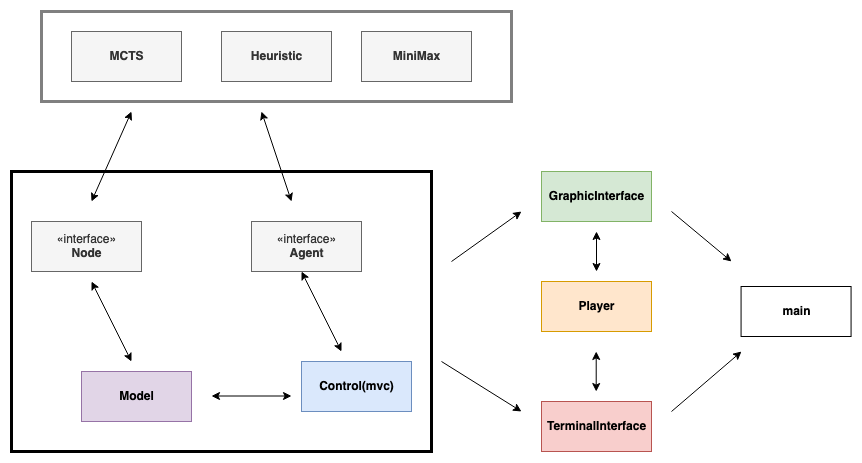
The draw.io diagram Documentation/graph.png in ipmach/TicTacToe_IA, before a commit. Source tidied: cells renumbered, new cells last; positions are measured from the earlier drawing's top-left corner, leaving out a move shared by most shapes.
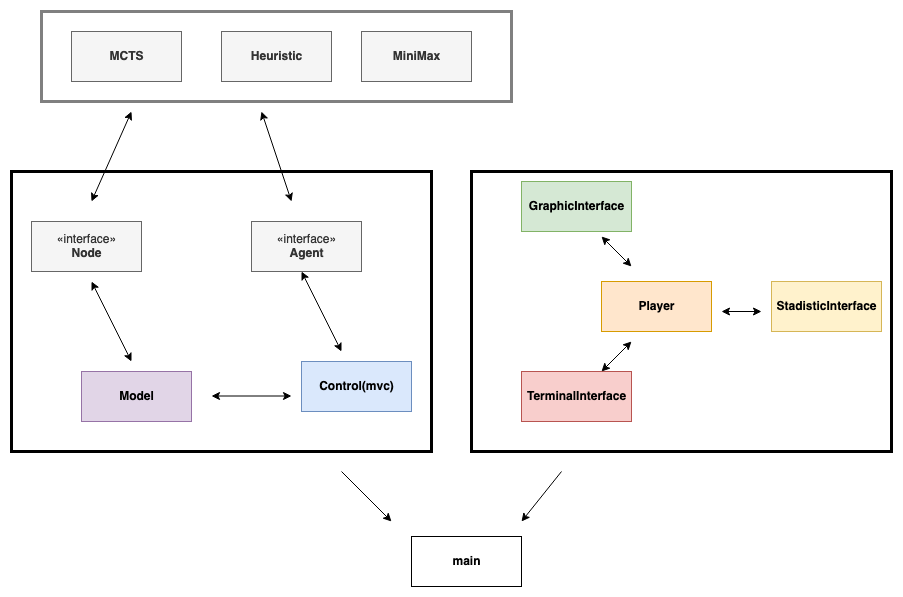
After the commit.

Change to the diagram source:
```diff
@@ -14,14 +14,8 @@
     <mxCell id="5" value="&lt;b&gt;Control(mvc)&lt;/b&gt;" style="html=1;fillColor=#dae8fc;strokeColor=#6c8ebf;" parent="1" vertex="1">
       <mxGeometry x="290" y="350" width="110" height="50" as="geometry" />
     </mxCell>
-    <mxCell id="6" value="&lt;b&gt;GraphicInterface&lt;/b&gt;" style="html=1;fillColor=#d5e8d4;strokeColor=#82b366;" parent="1" vertex="1">
-      <mxGeometry x="530" y="160" width="110" height="50" as="geometry" />
-    </mxCell>
-    <mxCell id="7" value="&lt;b&gt;TerminalInterface&lt;/b&gt;" style="html=1;fillColor=#f8cecc;strokeColor=#b85450;" parent="1" vertex="1">
-      <mxGeometry x="530" y="390" width="110" height="50" as="geometry" />
-    </mxCell>
     <mxCell id="8" value="&lt;div&gt;&lt;b&gt;main&lt;/b&gt;&lt;/div&gt;" style="html=1;" parent="1" vertex="1">
-      <mxGeometry x="729.6" y="275" width="110" height="50" as="geometry" />
+      <mxGeometry x="400" y="525" width="110" height="50" as="geometry" />
     </mxCell>
     <mxCell id="9" style="endArrow=classic;startArrow=classic;html=1;" parent="1" edge="1">
       <mxGeometry relative="1" as="geometry">
@@ -50,24 +44,6 @@
     <mxCell id="13" style="rounded=0;whiteSpace=wrap;html=1;fillColor=none;strokeWidth=3;" parent="1" vertex="1">
       <mxGeometry y="160" width="420" height="280" as="geometry" />
     </mxCell>
-    <mxCell id="14" style="endArrow=classic;html=1;" parent="1" edge="1">
-      <mxGeometry relative="1" as="geometry">
-        <mxPoint x="440" y="250" as="sourcePoint" />
-        <mxPoint x="510" y="200" as="targetPoint" />
-      </mxGeometry>
-    </mxCell>
-    <mxCell id="15" style="endArrow=classic;html=1;" parent="1" edge="1">
-      <mxGeometry relative="1" as="geometry">
-        <mxPoint x="430" y="350" as="sourcePoint" />
-        <mxPoint x="510" y="400" as="targetPoint" />
-      </mxGeometry>
-    </mxCell>
-    <mxCell id="16" style="endArrow=classic;html=1;" parent="1" edge="1">
-      <mxGeometry relative="1" as="geometry">
-        <mxPoint x="660" y="200" as="sourcePoint" />
-        <mxPoint x="720" y="250" as="targetPoint" />
-      </mxGeometry>
-    </mxCell>
     <mxCell id="17" value="&lt;b&gt;Heuristic&lt;/b&gt;" style="html=1;fillColor=#f5f5f5;strokeColor=#666666;fontColor=#333333;" parent="1" vertex="1">
       <mxGeometry x="210" y="20" width="110" height="50" as="geometry" />
     </mxCell>
@@ -80,32 +56,56 @@
         <mxPoint x="290" y="260" as="targetPoint" />
       </mxGeometry>
     </mxCell>
-    <mxCell id="20" style="endArrow=classic;html=1;" parent="1" edge="1">
-      <mxGeometry relative="1" as="geometry">
-        <mxPoint x="660" y="400" as="sourcePoint" />
-        <mxPoint x="730" y="340" as="targetPoint" />
-      </mxGeometry>
-    </mxCell>
-    <mxCell id="21" value="&lt;b&gt;Player&lt;/b&gt;" style="html=1;fillColor=#ffe6cc;strokeColor=#d79b00;" parent="1" vertex="1">
-      <mxGeometry x="530" y="270" width="110" height="50" as="geometry" />
-    </mxCell>
-    <mxCell id="22" style="endArrow=classic;startArrow=classic;html=1;" parent="1" edge="1">
-      <mxGeometry relative="1" as="geometry">
-        <mxPoint x="585" y="260" as="sourcePoint" />
-        <mxPoint x="585" y="220" as="targetPoint" />
-      </mxGeometry>
-    </mxCell>
-    <mxCell id="23" style="endArrow=classic;startArrow=classic;html=1;" parent="1" edge="1">
-      <mxGeometry relative="1" as="geometry">
-        <mxPoint x="584.7" y="380" as="sourcePoint" />
-        <mxPoint x="584.7" y="340" as="targetPoint" />
-      </mxGeometry>
-    </mxCell>
     <mxCell id="24" value="&lt;b&gt;MiniMax&lt;/b&gt;" style="html=1;fillColor=#f5f5f5;strokeColor=#666666;fontColor=#333333;" parent="1" vertex="1">
       <mxGeometry x="350" y="20" width="110" height="50" as="geometry" />
     </mxCell>
     <mxCell id="25" style="rounded=0;whiteSpace=wrap;html=1;fillColor=none;strokeWidth=3;strokeColor=#808080;" parent="1" vertex="1">
       <mxGeometry x="30" width="470" height="90" as="geometry" />
     </mxCell>
+    <mxCell id="6" value="&lt;b&gt;GraphicInterface&lt;/b&gt;" style="html=1;fillColor=#d5e8d4;strokeColor=#82b366;" parent="1" vertex="1">
+      <mxGeometry x="510" y="170" width="110" height="50" as="geometry" />
+    </mxCell>
+    <mxCell id="7" value="&lt;b&gt;TerminalInterface&lt;/b&gt;" style="html=1;fillColor=#f8cecc;strokeColor=#b85450;" parent="1" vertex="1">
+      <mxGeometry x="510" y="360" width="110" height="50" as="geometry" />
+    </mxCell>
+    <mxCell id="21" value="&lt;b&gt;Player&lt;/b&gt;" style="html=1;fillColor=#ffe6cc;strokeColor=#d79b00;" parent="1" vertex="1">
+      <mxGeometry x="590" y="270" width="110" height="50" as="geometry" />
+    </mxCell>
+    <mxCell id="26" style="endArrow=classic;startArrow=classic;html=1;" parent="1" edge="1">
+      <mxGeometry relative="1" as="geometry">
+        <mxPoint x="590" y="360" as="sourcePoint" />
+        <mxPoint x="620" y="330" as="targetPoint" />
+      </mxGeometry>
+    </mxCell>
+    <mxCell id="27" style="endArrow=classic;startArrow=classic;html=1;" parent="1" edge="1">
+      <mxGeometry relative="1" as="geometry">
+        <mxPoint x="620" y="255" as="sourcePoint" />
+        <mxPoint x="590" y="225" as="targetPoint" />
+      </mxGeometry>
+    </mxCell>
+    <mxCell id="28" value="&lt;b&gt;StadisticInterface&lt;/b&gt;" style="html=1;fillColor=#fff2cc;strokeColor=#d6b656;" parent="1" vertex="1">
+      <mxGeometry x="760" y="270" width="110" height="50" as="geometry" />
+    </mxCell>
+    <mxCell id="29" style="endArrow=classic;startArrow=classic;html=1;" parent="1" edge="1">
+      <mxGeometry relative="1" as="geometry">
+        <mxPoint x="710" y="300" as="sourcePoint" />
+        <mxPoint x="750" y="300" as="targetPoint" />
+      </mxGeometry>
+    </mxCell>
+    <mxCell id="30" style="rounded=0;whiteSpace=wrap;html=1;fillColor=none;strokeWidth=3;" parent="1" vertex="1">
+      <mxGeometry x="460" y="160" width="420" height="280" as="geometry" />
+    </mxCell>
+    <mxCell id="31" style="endArrow=classic;html=1;" parent="1" edge="1">
+      <mxGeometry relative="1" as="geometry">
+        <mxPoint x="330" y="460" as="sourcePoint" />
+        <mxPoint x="380" y="510" as="targetPoint" />
+      </mxGeometry>
+    </mxCell>
+    <mxCell id="32" style="endArrow=classic;html=1;" parent="1" edge="1">
+      <mxGeometry relative="1" as="geometry">
+        <mxPoint x="550" y="460" as="sourcePoint" />
+        <mxPoint x="510" y="510" as="targetPoint" />
+      </mxGeometry>
+    </mxCell>
   </root>
 </mxGraphModel>
```
